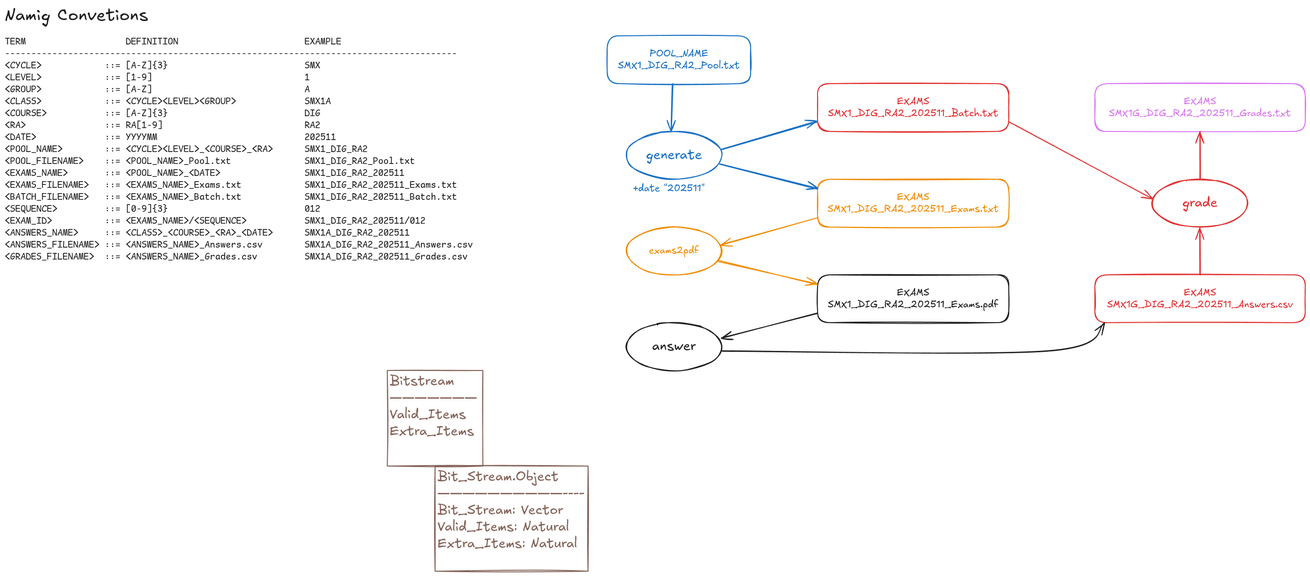
rocher/hilbert keeps this Excalidraw diagram as documents.excalidraw.png. Above is the earlier version. Source tidied: one line per element, renumbered; positions are measured from the earlier drawing's top-left corner, leaving out a move shared by most shapes.
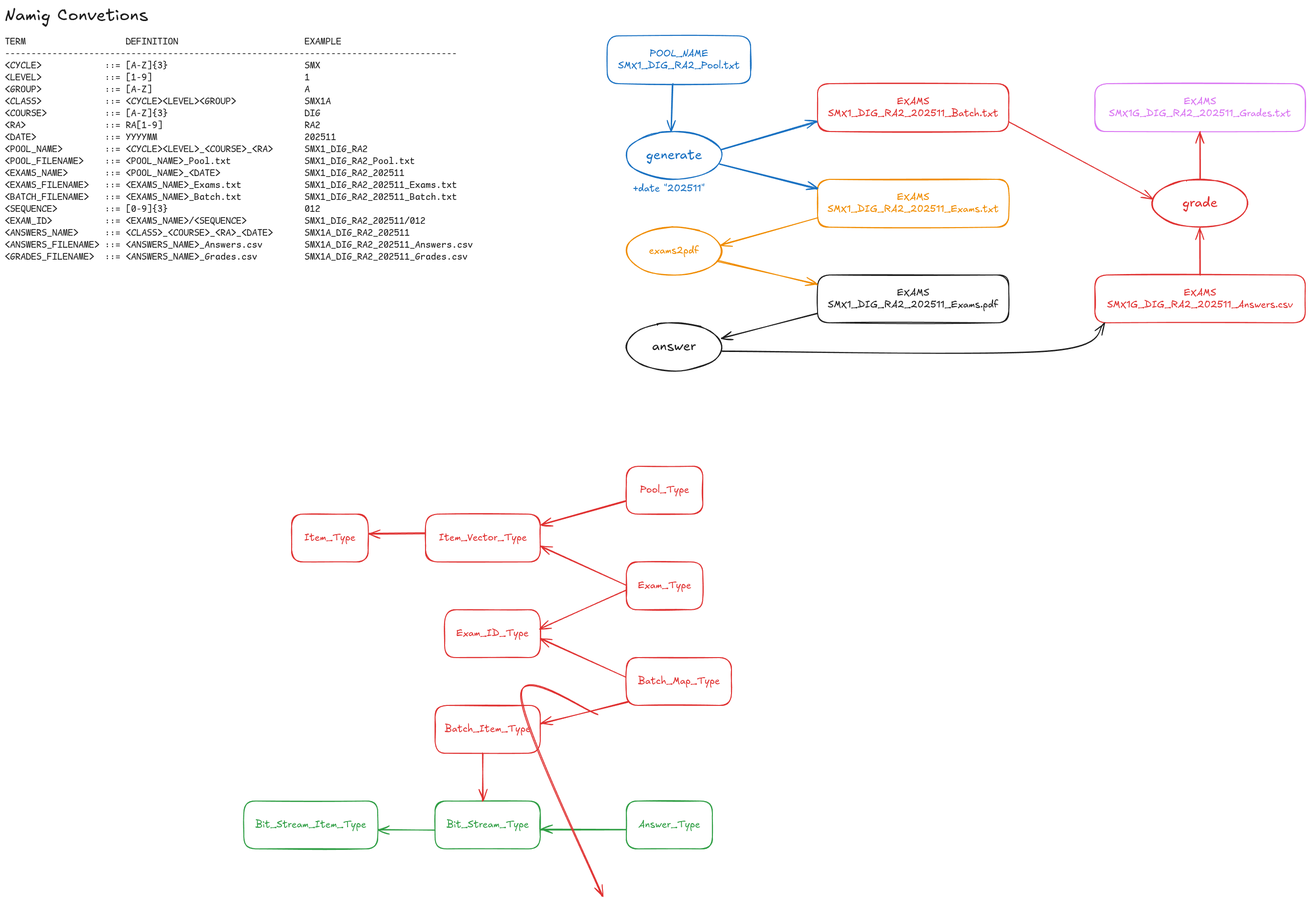
After the change.

The edit, as a diff of the source:
```diff
@@ -31,3 +31,32 @@
 {"id": 30, "type": "text", "text": "+date \"202511\"", "strokeColor": "#1971c2", "strokeWidth": 2, "roughness": 1, "fontSize": 20, "fontFamily": 5, "textAlign": "center", "x": 1314, "y": 372, "width": 150, "height": 25}
 {"id": 31, "type": "text", "text": "TERM                   DEFINITION                        EXAMPLE\n--------------------------------------------------------------------------------------\n<CYCLE>            ::= [A-Z]{3}                          SMX\n<LEVEL>            ::= [1-9]                             1\n<GROUP>            ::= [A-Z]                             A\n<CLASS>            ::= <CYCLE><LEVEL><GROUP>             SMX1A\n<COURSE>           ::= [A-Z]{3}                          DIG\n<RA>               ::= RA[1-9]                           RA2\n<DATE>             ::= YYYYMM                            202511\n<POOL_NAME>        ::= <CYCLE><LEVEL>_<COURSE>_<RA>      SMX1_DIG_RA2\n<POOL_FILENAME>    ::= <POOL_NAME>_Pool.txt              SMX1_DIG_RA2_Pool.txt\n<EXAMS_NAME>       ::= <POOL_NAME>_<DATE>                SMX1_DIG_RA2_202511\n<EXAMS_FILENAME>   ::= <EXAMS_NAME>_Exams.txt            SMX1_DIG_RA2_202511_Exams.txt\n<BATCH_FILENAME>   ::= <EXAMS_NAME>_Batch.txt            SMX1_DIG_RA2_202511_Batch.txt\n<SEQUENCE>         ::= [0-9]{3}                          012\n<EXAM_ID>          ::= <EXAMS_NAME>/<SEQUENCE>           SMX1_DIG_RA2_202511/012\n<ANSWERS_NAME>     ::= <CLASS>_<COURSE>_<RA>_<DATE>      SMX1A_DIG_RA2_202511\n<ANSWERS_FILENAME> ::= <ANSWERS_NAME>_Answers.csv        SMX1A_DIG_RA2_202511_Answers.csv\n<GRADES_FILENAME>  ::= <ANSWERS_NAME>_Grades.csv         SMX1A_DIG_RA2_202511_Grades.csv", "strokeColor": "#1e1e1e", "strokeWidth": 2, "roughness": 1, "fontSize": 20, "fontFamily": 8, "x": 0, "y": 65, "width": 979, "height": 475}
 {"id": 32, "type": "text", "text": "Namig Convetions", "strokeColor": "#1e1e1e", "strokeWidth": 2, "roughness": 1, "fontSize": 36, "fontFamily": 5, "x": 0, "y": 0, "width": 300, "height": 45}
+{"id": 33, "type": "rectangle", "strokeColor": "#e03131", "strokeWidth": 2, "roughness": 1, "round": true, "x": 600, "y": 1065, "width": 160, "height": 100}
+{"id": 34, "type": "text", "text": "Item_Type", "strokeColor": "#e03131", "strokeWidth": 2, "roughness": 1, "fontSize": 20, "fontFamily": 5, "textAlign": "center", "verticalAlign": "middle", "inside": 33, "x": 626, "y": 1102, "width": 107, "height": 25}
+{"id": 35, "type": "rectangle", "strokeColor": "#e03131", "strokeWidth": 2, "roughness": 1, "round": true, "x": 1300, "y": 965, "width": 160, "height": 100}
+{"id": 36, "type": "text", "text": "Pool_Type", "strokeColor": "#e03131", "strokeWidth": 2, "roughness": 1, "fontSize": 20, "fontFamily": 5, "textAlign": "center", "verticalAlign": "middle", "inside": 35, "x": 1328, "y": 1002, "width": 103, "height": 25}
+{"id": 37, "type": "rectangle", "strokeColor": "#e03131", "strokeWidth": 2, "roughness": 1, "round": true, "x": 900, "y": 1465, "width": 220, "height": 100}
+{"id": 38, "type": "text", "text": "Batch_Item_Type", "strokeColor": "#e03131", "strokeWidth": 2, "roughness": 1, "fontSize": 20, "fontFamily": 5, "textAlign": "center", "verticalAlign": "middle", "inside": 37, "x": 920, "y": 1502, "width": 180, "height": 25}
+{"id": 39, "type": "rectangle", "strokeColor": "#e03131", "strokeWidth": 2, "roughness": 1, "round": true, "x": 1300, "y": 1365, "width": 220, "height": 100}
+{"id": 40, "type": "text", "text": "Batch_Map_Type", "strokeColor": "#e03131", "strokeWidth": 2, "roughness": 1, "fontSize": 20, "fontFamily": 5, "textAlign": "center", "verticalAlign": "middle", "inside": 39, "x": 1324, "y": 1402, "width": 171, "height": 25}
+{"id": 41, "type": "rectangle", "strokeColor": "#e03131", "strokeWidth": 2, "roughness": 1, "round": true, "x": 1300, "y": 1165, "width": 160, "height": 100}
+{"id": 42, "type": "text", "text": "Exam_Type", "strokeColor": "#e03131", "strokeWidth": 2, "roughness": 1, "fontSize": 20, "fontFamily": 5, "textAlign": "center", "verticalAlign": "middle", "inside": 41, "x": 1324, "y": 1202, "width": 112, "height": 25}
+{"id": 43, "type": "rectangle", "strokeColor": "#e03131", "strokeWidth": 2, "roughness": 1, "round": true, "x": 920, "y": 1265, "width": 200, "height": 100}
+{"id": 44, "type": "text", "text": "Exam_ID_Type", "strokeColor": "#e03131", "strokeWidth": 2, "roughness": 1, "fontSize": 20, "fontFamily": 5, "textAlign": "center", "verticalAlign": "middle", "inside": 43, "x": 944, "y": 1302, "width": 151, "height": 25}
+{"id": 45, "type": "rectangle", "strokeColor": "#e03131", "strokeWidth": 2, "roughness": 1, "round": true, "x": 880, "y": 1065, "width": 240, "height": 100}
+{"id": 46, "type": "text", "text": "Item_Vector_Type", "strokeColor": "#e03131", "strokeWidth": 2, "roughness": 1, "fontSize": 20, "fontFamily": 5, "textAlign": "center", "verticalAlign": "middle", "inside": 45, "x": 908, "y": 1102, "width": 184, "height": 25}
+{"id": 47, "type": "arrow", "strokeColor": "#e03131", "strokeWidth": 2, "roughness": 1, "endArrowhead": "arrow", "round": true, "from": 45, "to": 33, "x": 879, "y": 1105, "width": 118, "height": 0, "points": [[0, 0], [-118, 0]]}
+{"id": 48, "type": "arrow", "strokeColor": "#e03131", "strokeWidth": 2, "roughness": 1, "endArrowhead": "arrow", "round": true, "from": 41, "to": 45, "x": 1299, "y": 1213, "width": 178, "height": 81, "points": [[0, 0], [-178, -81]]}
+{"id": 49, "type": "arrow", "strokeColor": "#e03131", "strokeWidth": 2, "roughness": 1, "endArrowhead": "arrow", "round": true, "from": 35, "to": 45, "x": 1299, "y": 1038, "width": 178, "height": 50, "points": [[0, 0], [-178, 50]]}
+{"id": 50, "type": "rectangle", "strokeColor": "#2f9e44", "strokeWidth": 2, "roughness": 1, "round": true, "x": 500, "y": 1665, "width": 280, "height": 100}
+{"id": 51, "type": "text", "text": "Bit_Stream_Item_Type", "strokeColor": "#2f9e44", "strokeWidth": 2, "roughness": 1, "fontSize": 20, "fontFamily": 5, "textAlign": "center", "verticalAlign": "middle", "inside": 50, "x": 524, "y": 1702, "width": 232, "height": 25}
+{"id": 52, "type": "rectangle", "strokeColor": "#2f9e44", "strokeWidth": 2, "roughness": 1, "round": true, "x": 900, "y": 1665, "width": 220, "height": 100}
+{"id": 53, "type": "text", "text": "Bit_Stream_Type", "strokeColor": "#2f9e44", "strokeWidth": 2, "roughness": 1, "fontSize": 20, "fontFamily": 5, "textAlign": "center", "verticalAlign": "middle", "inside": 52, "x": 924, "y": 1702, "width": 173, "height": 25}
+{"id": 54, "type": "rectangle", "strokeColor": "#2f9e44", "strokeWidth": 2, "roughness": 1, "round": true, "x": 1300, "y": 1665, "width": 180, "height": 100}
+{"id": 55, "type": "text", "text": "Answer_Type", "strokeColor": "#2f9e44", "strokeWidth": 2, "roughness": 1, "fontSize": 20, "fontFamily": 5, "textAlign": "center", "verticalAlign": "middle", "inside": 54, "x": 1326, "y": 1702, "width": 129, "height": 25}
+{"id": 56, "type": "arrow", "strokeColor": "#2f9e44", "strokeWidth": 2, "roughness": 1, "endArrowhead": "arrow", "round": true, "from": 52, "to": 50, "x": 900, "y": 1725, "width": 120, "height": 0, "points": [[0, 0], [-120, 0]]}
+{"id": 57, "type": "arrow", "strokeColor": "#2f9e44", "strokeWidth": 2, "roughness": 1, "endArrowhead": "arrow", "round": true, "from": 54, "to": 52, "x": 1299, "y": 1725, "width": 178, "height": 0, "points": [[0, 0], [-178, 0]]}
+{"id": 58, "type": "arrow", "strokeColor": "#e03131", "strokeWidth": 2, "roughness": 1, "endArrowhead": "arrow", "round": true, "from": 39, "to": 37, "x": 1304, "y": 1457, "width": 183, "height": 46, "points": [[0, 0], [-183, 46]]}
+{"id": 59, "type": "arrow", "strokeColor": "#e03131", "strokeWidth": 2, "roughness": 1, "endArrowhead": "arrow", "round": true, "from": 41, "to": 43, "x": 1300, "y": 1225, "width": 180, "height": 80, "points": [[0, 0], [-180, 80]]}
+{"id": 60, "type": "arrow", "strokeColor": "#e03131", "strokeWidth": 2, "roughness": 1, "endArrowhead": "arrow", "round": true, "from": 39, "to": 43, "x": 1299, "y": 1406, "width": 178, "height": 81, "points": [[0, 0], [-178, -81]]}
+{"id": 61, "type": "arrow", "strokeColor": "#e03131", "strokeWidth": 2, "roughness": 1, "endArrowhead": "arrow", "round": true, "from": 37, "to": 52, "x": 1000, "y": 1565, "width": 0, "height": 100, "points": [[0, 0], [0, 100]]}
```
